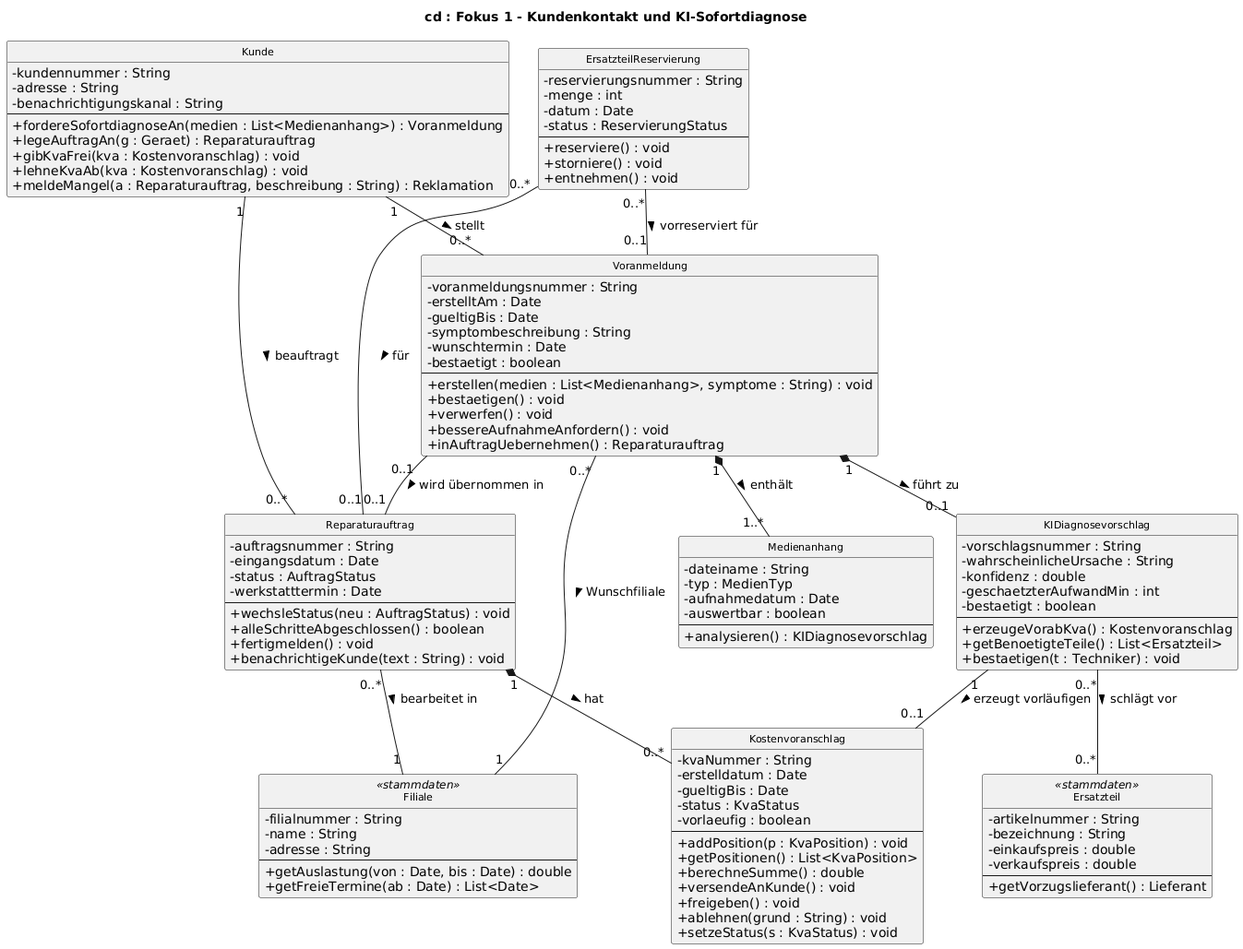
jakobschwan123-cmd/casestudy-semester-3 keeps this PlantUML diagram as uml/klassen-fokus-1-sofortdiagnose.png. Above is the earlier version.
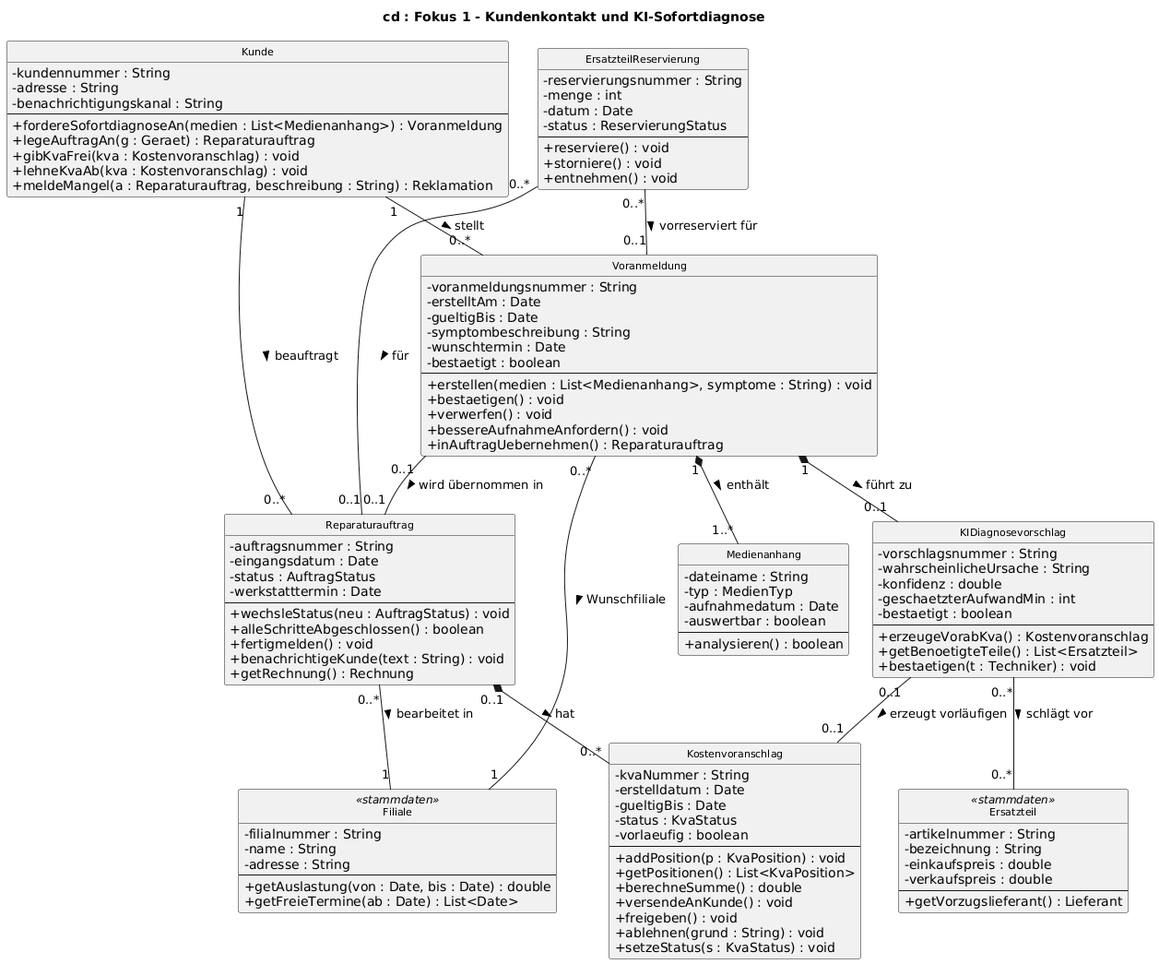
After the commit.

Change to the diagram source:
```diff
@@ -38,7 +38,7 @@
   - aufnahmedatum : Date
   - auswertbar : boolean
   --
-  + analysieren() : KIDiagnosevorschlag
+  + analysieren() : boolean
 }
 class KIDiagnosevorschlag {
   - vorschlagsnummer : String
@@ -94,6 +94,7 @@
   + alleSchritteAbgeschlossen() : boolean
   + fertigmelden() : void
   + benachrichtigeKunde(text : String) : void
+  + getRechnung() : Rechnung
 }
 class Ersatzteil <<stammdaten>> {
   - artikelnummer : String
@@ -109,10 +110,10 @@
 Voranmeldung "1" *-down- "0..1" KIDiagnosevorschlag : führt zu >
 Voranmeldung "0..*" -- "1" Filiale : Wunschfiliale >
 Voranmeldung "0..1" -- "0..1" Reparaturauftrag : wird übernommen in >
-KIDiagnosevorschlag "1" -- "0..1" Kostenvoranschlag : erzeugt vorläufigen >
+KIDiagnosevorschlag "0..1" -- "0..1" Kostenvoranschlag : erzeugt vorläufigen >
 KIDiagnosevorschlag "0..*" -- "0..*" Ersatzteil : schlägt vor >
 Reparaturauftrag "0..*" -- "1" Filiale : bearbeitet in >
-Reparaturauftrag "1" *-- "0..*" Kostenvoranschlag : hat >
+Reparaturauftrag "0..1" *-- "0..*" Kostenvoranschlag : hat >
 ErsatzteilReservierung "0..*" -- "0..1" Reparaturauftrag : für >
 ErsatzteilReservierung "0..*" -- "0..1" Voranmeldung : vorreserviert für >
 @enduml
```
